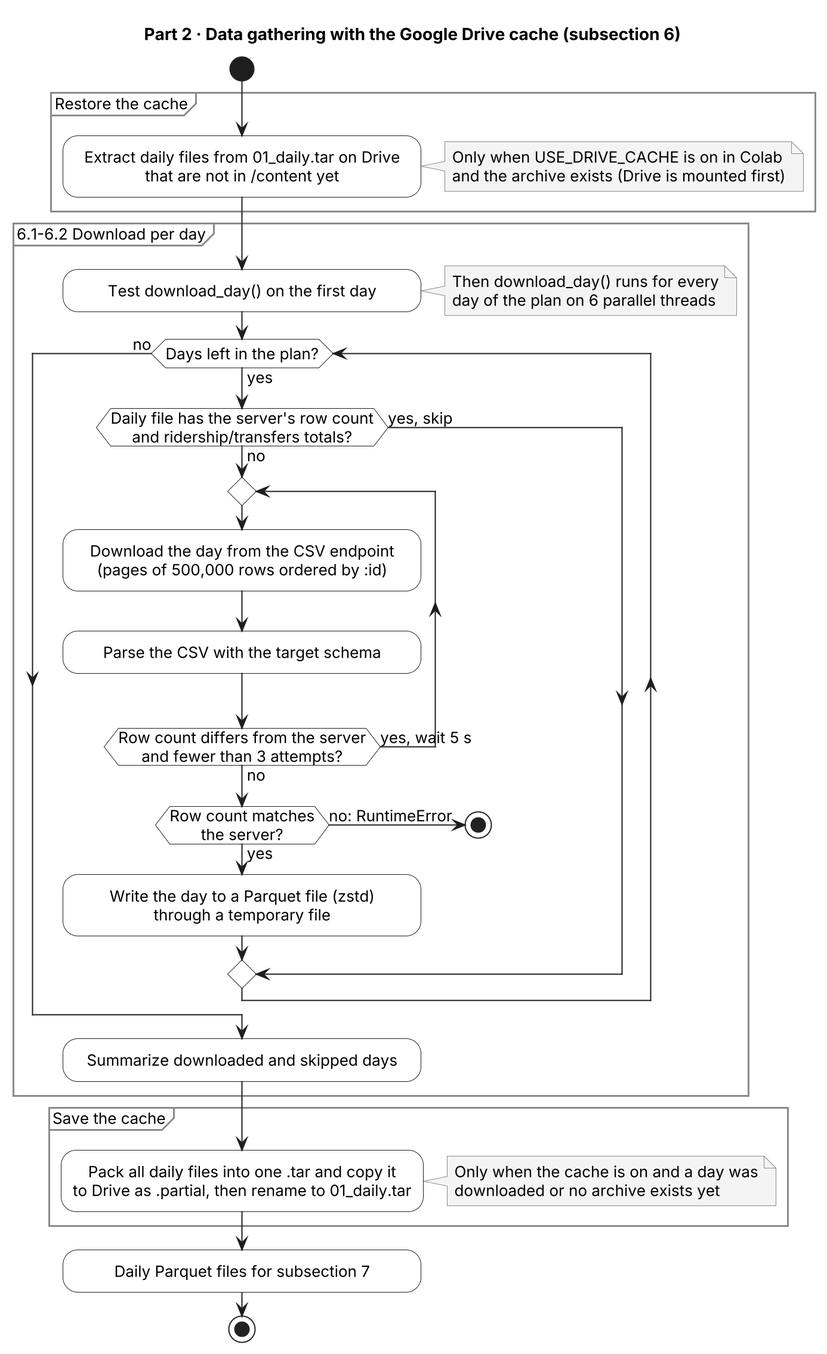
fxrdhan/mta-subway-bigdata keeps this PlantUML diagram as docs/diagrams/gathering_2025-01_2026-10/02_gathering.png. Above is the earlier version.
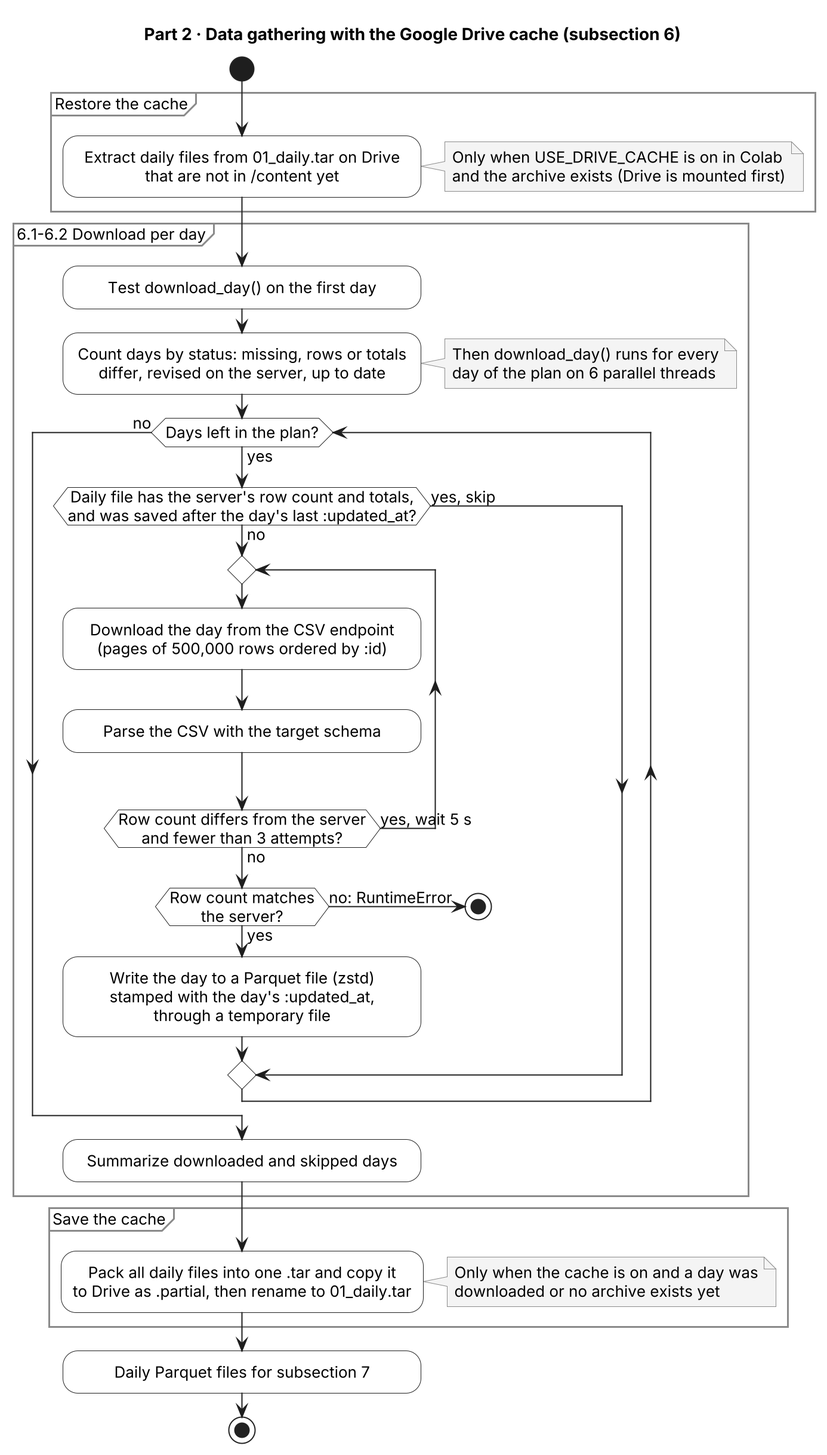
After the commit.

Commit message:
feat: deteksi revisi server per hari dengan :updated_at

The edit, as a diff of the source:
```diff
@@ -15,12 +15,14 @@
 }
 partition "6.1-6.2 Download per day" {
   :Test download_day() on the first day;
+  :Count days by status: missing, rows or totals
+  differ, revised on the server, up to date;
   note right
     Then download_day() runs for every
     day of the plan on 6 parallel threads
   end note
   while (Days left in the plan?) is (yes)
-    if (Daily file has the server's row count\nand ridership/transfers totals?) then (no)
+    if (Daily file has the server's row count and totals,\nand was saved after the day's last :updated_at?) then (no)
       repeat
         :Download the day from the CSV endpoint
         (pages of 500,000 rows ordered by :id);
@@ -28,6 +30,7 @@
       repeat while (Row count differs from the server\nand fewer than 3 attempts?) is (yes, wait 5 s) not (no)
       if (Row count matches\nthe server?) then (yes)
         :Write the day to a Parquet file (zstd)
+        stamped with the day's :updated_at,
         through a temporary file;
       else (no: RuntimeError)
         stop
```
